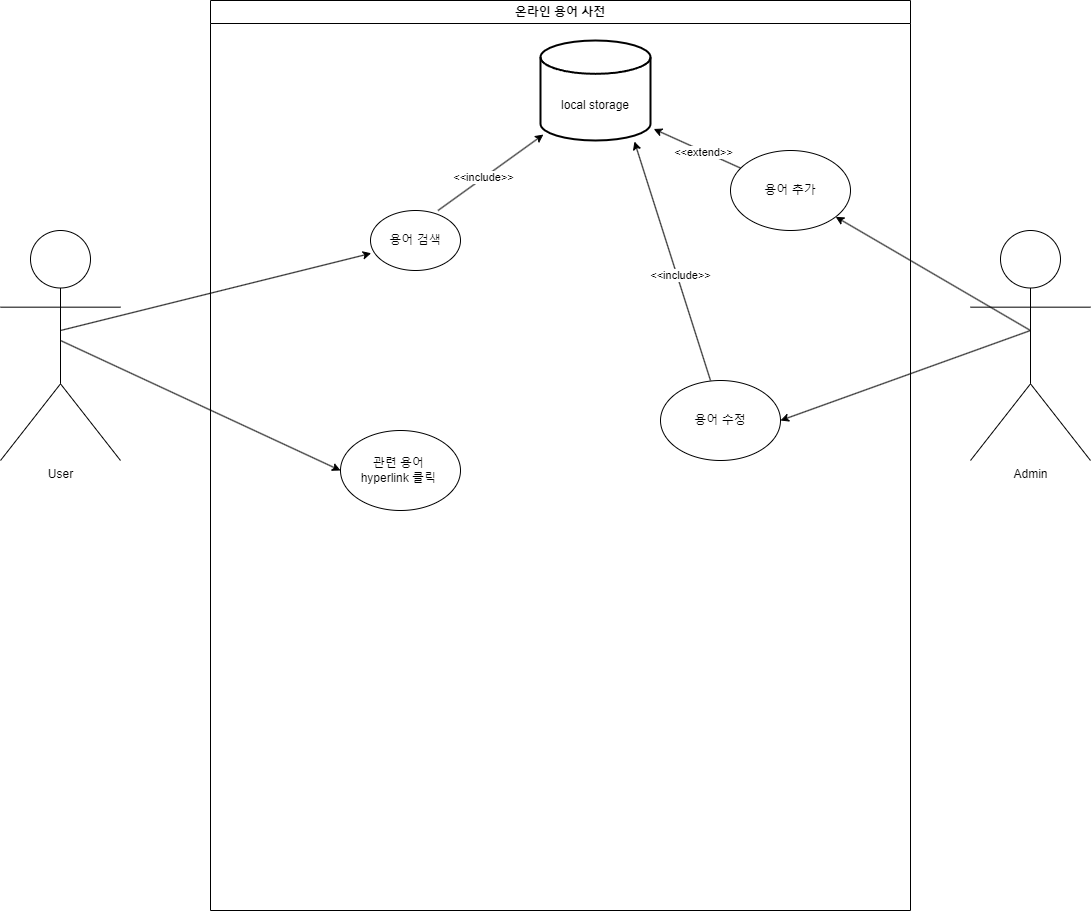
The draw.io diagram 용어사전web_mini_project.png in junHyeokP/Algorithm, before a commit. Source tidied: cells renumbered, new cells last; positions are measured from the earlier drawing's top-left corner, leaving out a move shared by most shapes.
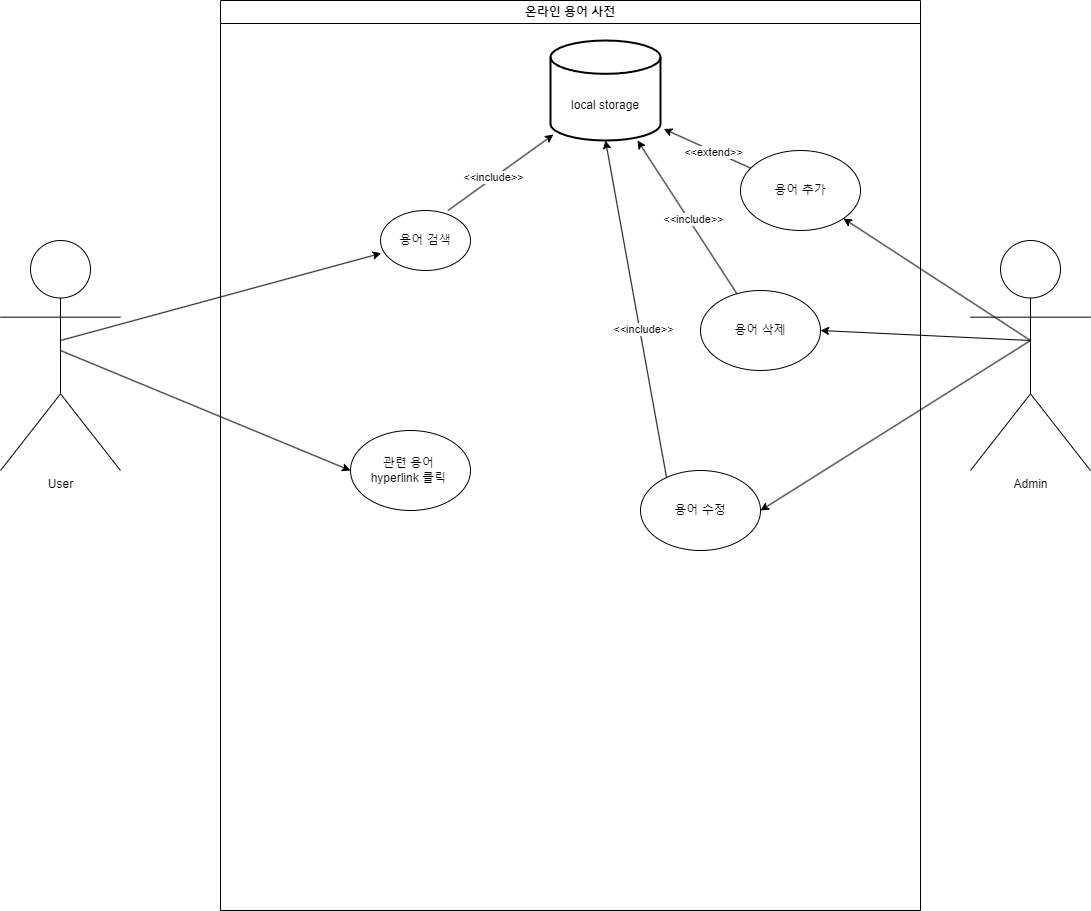
Later version of the same file.

Commit message:
용어사전web_mini_project.png 업데이트

What changed in the source:
```diff
@@ -9,7 +9,7 @@
       <mxGeometry x="970" y="230" width="120" height="230" as="geometry" />
     </mxCell>
     <mxCell id="4" value="온라인 용어 사전" style="swimlane;whiteSpace=wrap;html=1;" parent="1" vertex="1">
-      <mxGeometry x="210" width="700" height="910" as="geometry" />
+      <mxGeometry x="220" y="-10" width="700" height="910" as="geometry" />
     </mxCell>
     <mxCell id="5" value="용어 검색" style="ellipse;whiteSpace=wrap;html=1;" parent="4" vertex="1">
       <mxGeometry x="160" y="210" width="90" height="60" as="geometry" />
@@ -37,13 +37,10 @@
       <mxGeometry x="-0.14" y="1" relative="1" as="geometry" />
     </mxCell>
     <mxCell id="12" value="용어 수정" style="ellipse;whiteSpace=wrap;html=1;" parent="4" vertex="1">
-      <mxGeometry x="450" y="380" width="120" height="80" as="geometry" />
+      <mxGeometry x="420" y="470" width="120" height="80" as="geometry" />
     </mxCell>
-    <mxCell id="13" style="endArrow=classic;html=1;rounded=0;entryX=0.744;entryY=1.013;entryDx=0;entryDy=0;entryPerimeter=0;" parent="4" edge="1">
-      <mxGeometry relative="1" as="geometry">
-        <mxPoint x="500" y="380" as="sourcePoint" />
-        <mxPoint x="423.9" y="141" as="targetPoint" />
-      </mxGeometry>
+    <mxCell id="13" style="endArrow=classic;html=1;rounded=0;entryX=0.5;entryY=1;entryDx=0;entryDy=0;entryPerimeter=0;exitX=0.217;exitY=0.088;exitDx=0;exitDy=0;exitPerimeter=0;" parent="4" edge="1" source="12" target="15">
+      <mxGeometry relative="1" as="geometry" />
     </mxCell>
     <mxCell id="14" value="&amp;lt;&amp;lt;include&amp;gt;&amp;gt;" style="edgeLabel;html=1;align=center;verticalAlign=middle;" parent="13" vertex="1">
       <mxGeometry x="-0.12" y="-3" relative="1" as="geometry" />
@@ -51,6 +48,15 @@
     <mxCell id="15" value="&lt;div&gt;&lt;br&gt;&lt;/div&gt;&lt;div&gt;&lt;br&gt;&lt;/div&gt;&lt;div&gt;local storage&lt;/div&gt;" style="strokeWidth=2;html=1;shape=mxgraph.flowchart.database;whiteSpace=wrap;" parent="4" vertex="1">
       <mxGeometry x="330" y="40" width="110" height="100" as="geometry" />
     </mxCell>
+    <mxCell id="20" value="용어 삭제" style="ellipse;whiteSpace=wrap;html=1;" parent="4" vertex="1">
+      <mxGeometry x="480" y="290" width="120" height="80" as="geometry" />
+    </mxCell>
+    <mxCell id="21" style="endArrow=classic;html=1;rounded=0;entryX=0.791;entryY=1;entryDx=0;entryDy=0;entryPerimeter=0;" parent="4" edge="1" source="20" target="15">
+      <mxGeometry relative="1" as="geometry" />
+    </mxCell>
+    <mxCell id="22" value="&amp;lt;&amp;lt;include&amp;gt;&amp;gt;" style="edgeLabel;html=1;align=center;verticalAlign=middle;" parent="21" vertex="1">
+      <mxGeometry x="-0.06" y="-4" relative="1" as="geometry" />
+    </mxCell>
     <mxCell id="16" style="endArrow=classic;html=1;rounded=0;entryX=0;entryY=0.5;entryDx=0;entryDy=0;" parent="1" edge="1" target="6">
       <mxGeometry relative="1" as="geometry">
         <mxPoint x="60" y="340" as="sourcePoint" />
@@ -71,5 +77,10 @@
         <mxPoint x="1030" y="330" as="sourcePoint" />
       </mxGeometry>
     </mxCell>
+    <mxCell id="23" style="endArrow=classic;html=1;rounded=0;entryX=1;entryY=0.5;entryDx=0;entryDy=0;" parent="1" edge="1" target="20">
+      <mxGeometry relative="1" as="geometry">
+        <mxPoint x="1030" y="330" as="sourcePoint" />
+      </mxGeometry>
+    </mxCell>
   </root>
 </mxGraphModel>
```
